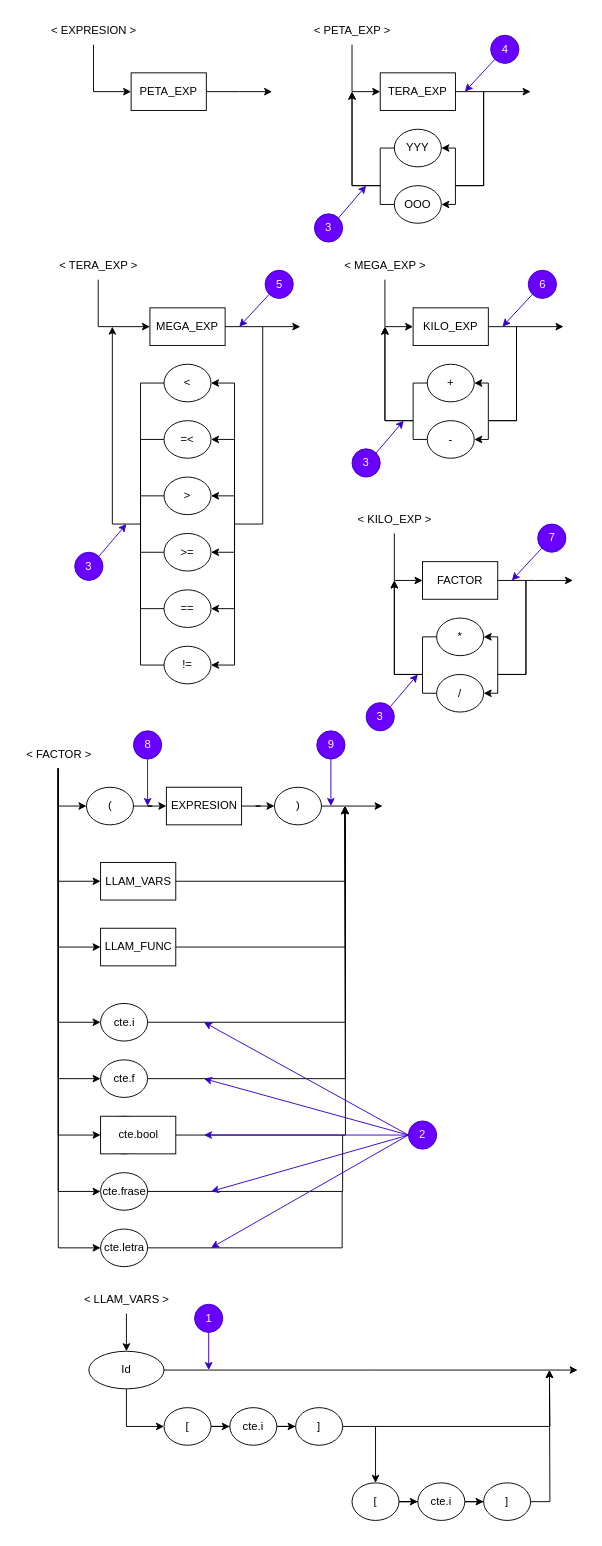
This is page "Expresiones Simples" (10 of 14) of Docs/0. Diagramas.drawio from alexvasqxz/JuniorScript, a draw.io file, before an edit. Source tidied: cells renumbered, new cells numbered last; positions are measured from the earlier drawing's top-left corner, leaving out a move shared by most shapes. Both pictures are drawn from the tidied source at 94%, with x=0, y=0 at pixel (15, 16).
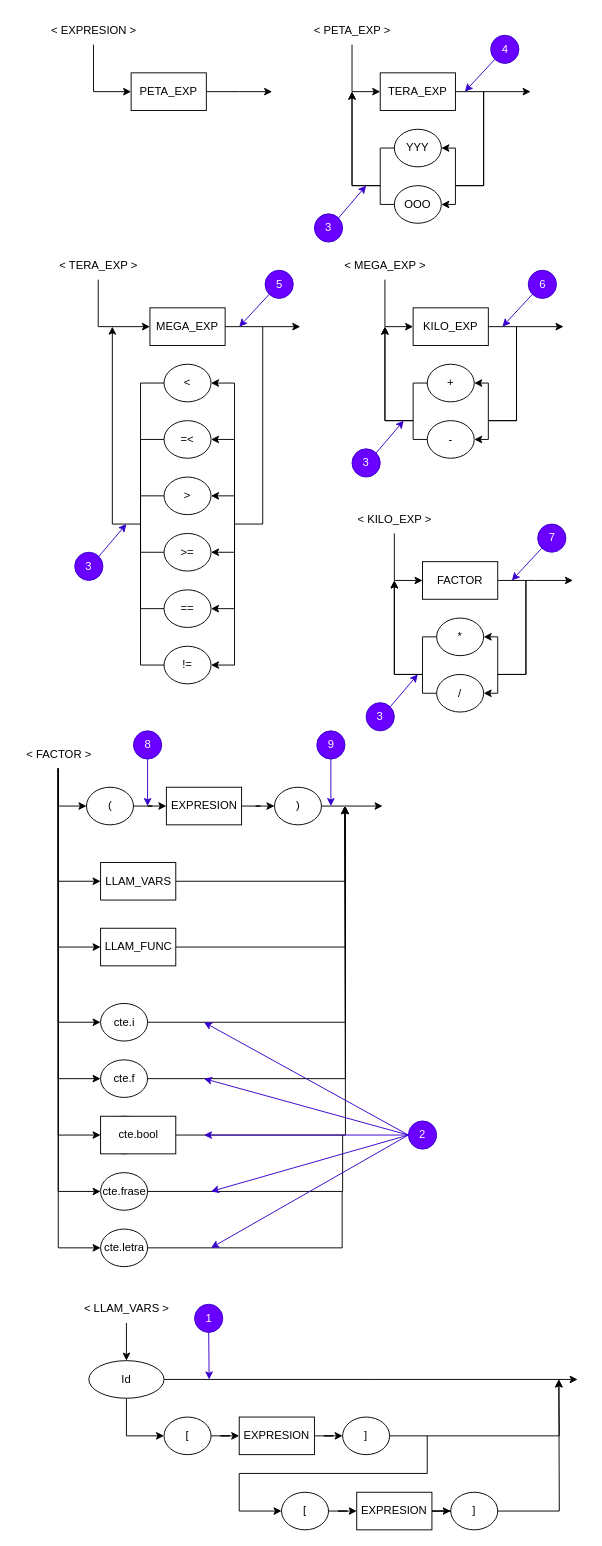
After the change.

The change refers to these unchanged cells:
```xml
<mxCell id="104" value="1" style="ellipse;whiteSpace=wrap;html=1;fillColor=#6a00ff;strokeColor=#3700CC;fontColor=#ffffff;" parent="1" vertex="1">
  <mxGeometry x="190.5" y="1370" width="30" height="30" as="geometry" />
</mxCell>
```

The edit, as a diff of the source:
```diff
@@
-    <mxCell id="86" style="edgeStyle=orthogonalEdgeStyle;rounded=0;jettySize=auto;html=1;entryX=0.5;entryY=0;entryDx=0;entryDy=0;" parent="1" edge="1" source="87" target="90">
-      <mxGeometry relative="1" as="geometry" />
-    </mxCell>
-    <mxCell id="87" value="&amp;lt; LLAM_VARS &amp;gt;" style="text;html=1;align=center;verticalAlign=middle;points=[];strokeColor=none;fillColor=none;" parent="1" vertex="1">
-      <mxGeometry x="63" y="1350" width="110" height="30" as="geometry" />
-    </mxCell>
-    <mxCell id="88" style="edgeStyle=orthogonalEdgeStyle;rounded=0;jettySize=auto;html=1;" parent="1" edge="1" source="90">
-      <mxGeometry relative="1" as="geometry">
-        <mxPoint x="598" y="1440" as="targetPoint" />
-      </mxGeometry>
-    </mxCell>
-    <mxCell id="89" style="edgeStyle=orthogonalEdgeStyle;rounded=0;jettySize=auto;html=1;entryX=0;entryY=0.5;entryDx=0;entryDy=0;" parent="1" edge="1" source="90" target="92">
-      <mxGeometry relative="1" as="geometry" />
-    </mxCell>
-    <mxCell id="90" value="Id" style="ellipse;whiteSpace=wrap;html=1;" parent="1" vertex="1">
-      <mxGeometry x="78" y="1420" width="80" height="40" as="geometry" />
-    </mxCell>
-    <mxCell id="91" style="edgeStyle=orthogonalEdgeStyle;rounded=0;jettySize=auto;html=1;" parent="1" edge="1" source="92" target="94">
-      <mxGeometry relative="1" as="geometry" />
-    </mxCell>
-    <mxCell id="92" value="[" style="ellipse;whiteSpace=wrap;html=1;" parent="1" vertex="1">
-      <mxGeometry x="158" y="1480" width="50" height="40" as="geometry" />
-    </mxCell>
-    <mxCell id="93" style="edgeStyle=orthogonalEdgeStyle;rounded=0;jettySize=auto;html=1;entryX=0;entryY=0.5;entryDx=0;entryDy=0;" parent="1" edge="1" source="94" target="96">
-      <mxGeometry relative="1" as="geometry" />
-    </mxCell>
-    <mxCell id="94" value="cte.i" style="ellipse;whiteSpace=wrap;html=1;" parent="1" vertex="1">
-      <mxGeometry x="228" y="1480" width="50" height="40" as="geometry" />
-    </mxCell>
-    <mxCell id="95" style="edgeStyle=orthogonalEdgeStyle;rounded=0;jettySize=auto;html=1;" parent="1" edge="1" source="96">
-      <mxGeometry relative="1" as="geometry">
-        <mxPoint x="568" y="1440" as="targetPoint" />
-      </mxGeometry>
-    </mxCell>
-    <mxCell id="96" value="]" style="ellipse;whiteSpace=wrap;html=1;" parent="1" vertex="1">
-      <mxGeometry x="298" y="1480" width="50" height="40" as="geometry" />
-    </mxCell>
-    <mxCell id="97" style="edgeStyle=orthogonalEdgeStyle;rounded=0;jettySize=auto;html=1;" parent="1" edge="1" source="98" target="100">
-      <mxGeometry relative="1" as="geometry" />
-    </mxCell>
-    <mxCell id="98" value="[" style="ellipse;whiteSpace=wrap;html=1;" parent="1" vertex="1">
-      <mxGeometry x="358" y="1560" width="50" height="40" as="geometry" />
-    </mxCell>
-    <mxCell id="99" style="edgeStyle=orthogonalEdgeStyle;rounded=0;jettySize=auto;html=1;entryX=0;entryY=0.5;entryDx=0;entryDy=0;" parent="1" edge="1" source="100" target="102">
-      <mxGeometry relative="1" as="geometry" />
-    </mxCell>
-    <mxCell id="100" value="cte.i" style="ellipse;whiteSpace=wrap;html=1;" parent="1" vertex="1">
-      <mxGeometry x="428" y="1560" width="50" height="40" as="geometry" />
-    </mxCell>
-    <mxCell id="101" style="edgeStyle=orthogonalEdgeStyle;rounded=0;jettySize=auto;html=1;" parent="1" edge="1" source="102">
-      <mxGeometry relative="1" as="geometry">
-        <mxPoint x="568" y="1440" as="targetPoint" />
-      </mxGeometry>
-    </mxCell>
-    <mxCell id="102" value="]" style="ellipse;whiteSpace=wrap;html=1;" parent="1" vertex="1">
-      <mxGeometry x="498" y="1560" width="50" height="40" as="geometry" />
-    </mxCell>
-    <mxCell id="103" style="endArrow=classic;html=1;rounded=0;entryX=0.5;entryY=0;entryDx=0;entryDy=0;" parent="1" edge="1" target="98">
-      <mxGeometry relative="1" as="geometry">
-        <mxPoint x="383" y="1500" as="sourcePoint" />
-      </mxGeometry>
-    </mxCell>
@@
     <mxCell id="106" style="endArrow=classic;html=1;rounded=0;exitX=0.5;exitY=1;exitDx=0;exitDy=0;fillColor=#6a00ff;strokeColor=#3700CC;" parent="1" edge="1" source="104">
       <mxGeometry relative="1" as="geometry">
-        <mxPoint x="205.5" y="1440" as="targetPoint" />
+        <mxPoint x="206" y="1450" as="targetPoint" />
       </mxGeometry>
     </mxCell>
@@
+    <mxCell id="86" style="edgeStyle=orthogonalEdgeStyle;rounded=0;jettySize=auto;html=1;entryX=0.5;entryY=0;entryDx=0;entryDy=0;" parent="1" edge="1" source="87" target="90">
+      <mxGeometry relative="1" as="geometry" />
+    </mxCell>
+    <mxCell id="87" value="&amp;lt; LLAM_VARS &amp;gt;" style="text;html=1;align=center;verticalAlign=middle;points=[];strokeColor=none;fillColor=none;" parent="1" vertex="1">
+      <mxGeometry x="63" y="1360" width="110" height="30" as="geometry" />
+    </mxCell>
+    <mxCell id="136" style="edgeStyle=orthogonalEdgeStyle;rounded=0;jettySize=auto;html=1;" parent="1" edge="1" source="90">
+      <mxGeometry relative="1" as="geometry">
+        <mxPoint x="598" y="1450" as="targetPoint" />
+      </mxGeometry>
+    </mxCell>
+    <mxCell id="137" style="edgeStyle=orthogonalEdgeStyle;rounded=0;jettySize=auto;html=1;entryX=0;entryY=0.5;entryDx=0;entryDy=0;" parent="1" edge="1" source="90" target="139">
+      <mxGeometry relative="1" as="geometry" />
+    </mxCell>
+    <mxCell id="90" value="Id" style="ellipse;whiteSpace=wrap;html=1;" parent="1" vertex="1">
+      <mxGeometry x="78" y="1430" width="80" height="40" as="geometry" />
+    </mxCell>
+    <mxCell id="138" style="edgeStyle=orthogonalEdgeStyle;rounded=0;jettySize=auto;html=1;entryX=0;entryY=0.5;entryDx=0;entryDy=0;" parent="1" edge="1" source="139" target="147">
+      <mxGeometry relative="1" as="geometry" />
+    </mxCell>
+    <mxCell id="139" value="[" style="ellipse;whiteSpace=wrap;html=1;" parent="1" vertex="1">
+      <mxGeometry x="158" y="1490" width="50" height="40" as="geometry" />
+    </mxCell>
+    <mxCell id="140" style="edgeStyle=orthogonalEdgeStyle;rounded=0;jettySize=auto;html=1;" parent="1" edge="1" source="141">
+      <mxGeometry relative="1" as="geometry">
+        <mxPoint x="578" y="1450" as="targetPoint" />
+      </mxGeometry>
+    </mxCell>
+    <mxCell id="141" value="]" style="ellipse;whiteSpace=wrap;html=1;" parent="1" vertex="1">
+      <mxGeometry x="348" y="1490" width="50" height="40" as="geometry" />
+    </mxCell>
+    <mxCell id="142" style="edgeStyle=orthogonalEdgeStyle;rounded=0;jettySize=auto;html=1;entryX=0;entryY=0.5;entryDx=0;entryDy=0;" parent="1" edge="1" source="143" target="149">
+      <mxGeometry relative="1" as="geometry" />
+    </mxCell>
+    <mxCell id="143" value="[" style="ellipse;whiteSpace=wrap;html=1;" parent="1" vertex="1">
+      <mxGeometry x="283" y="1570" width="50" height="40" as="geometry" />
+    </mxCell>
+    <mxCell id="144" style="edgeStyle=orthogonalEdgeStyle;rounded=0;jettySize=auto;html=1;" parent="1" edge="1" source="145">
+      <mxGeometry relative="1" as="geometry">
+        <mxPoint x="578" y="1450" as="targetPoint" />
+      </mxGeometry>
+    </mxCell>
+    <mxCell id="145" value="]" style="ellipse;whiteSpace=wrap;html=1;" parent="1" vertex="1">
+      <mxGeometry x="463" y="1570" width="50" height="40" as="geometry" />
+    </mxCell>
+    <mxCell id="146" style="edgeStyle=orthogonalEdgeStyle;rounded=0;jettySize=auto;html=1;entryX=0;entryY=0.5;entryDx=0;entryDy=0;" parent="1" edge="1" source="147" target="141">
+      <mxGeometry relative="1" as="geometry" />
+    </mxCell>
+    <mxCell id="147" value="EXPRESION" style="rounded=0;whiteSpace=wrap;html=1;" parent="1" vertex="1">
+      <mxGeometry x="238" y="1490" width="80" height="40" as="geometry" />
+    </mxCell>
+    <mxCell id="148" style="edgeStyle=orthogonalEdgeStyle;rounded=0;jettySize=auto;html=1;" parent="1" edge="1" source="149" target="145">
+      <mxGeometry relative="1" as="geometry" />
+    </mxCell>
+    <mxCell id="149" value="EXPRESION" style="rounded=0;whiteSpace=wrap;html=1;" parent="1" vertex="1">
+      <mxGeometry x="363" y="1570" width="80" height="40" as="geometry" />
+    </mxCell>
+    <mxCell id="150" style="endArrow=classic;html=1;rounded=0;entryX=0;entryY=0.5;entryDx=0;entryDy=0;" parent="1" edge="1" target="143">
+      <mxGeometry relative="1" as="geometry">
+        <mxPoint x="438" y="1510" as="sourcePoint" />
+        <Array as="points">
+          <mxPoint x="438" y="1550" />
+          <mxPoint x="238" y="1550" />
+          <mxPoint x="238" y="1590" />
+        </Array>
+      </mxGeometry>
+    </mxCell>
```
